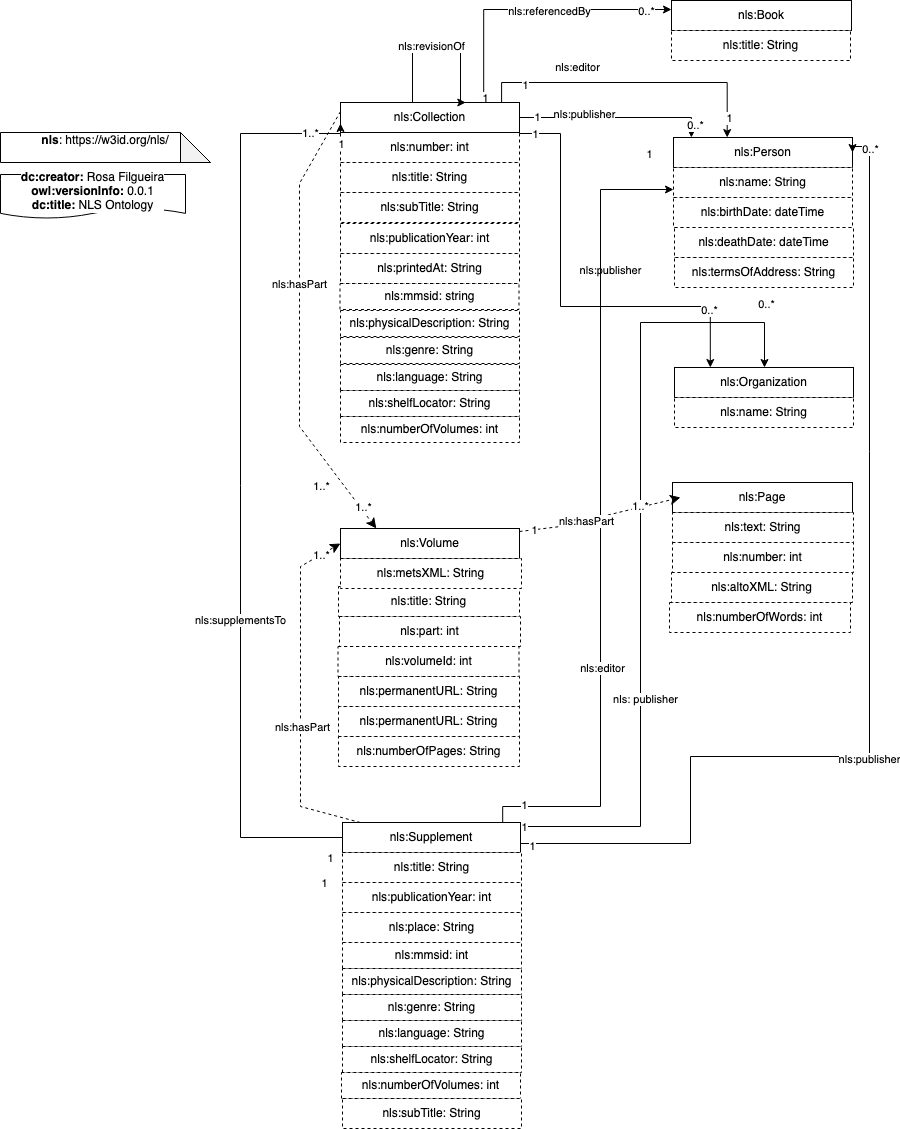
Earlier version of the draw.io export doc/dataModel.png (francesNLP/NLS-ontology). Source tidied: cells renumbered, new cells last; positions are measured from the earlier drawing's top-left corner, leaving out a move shared by most shapes.
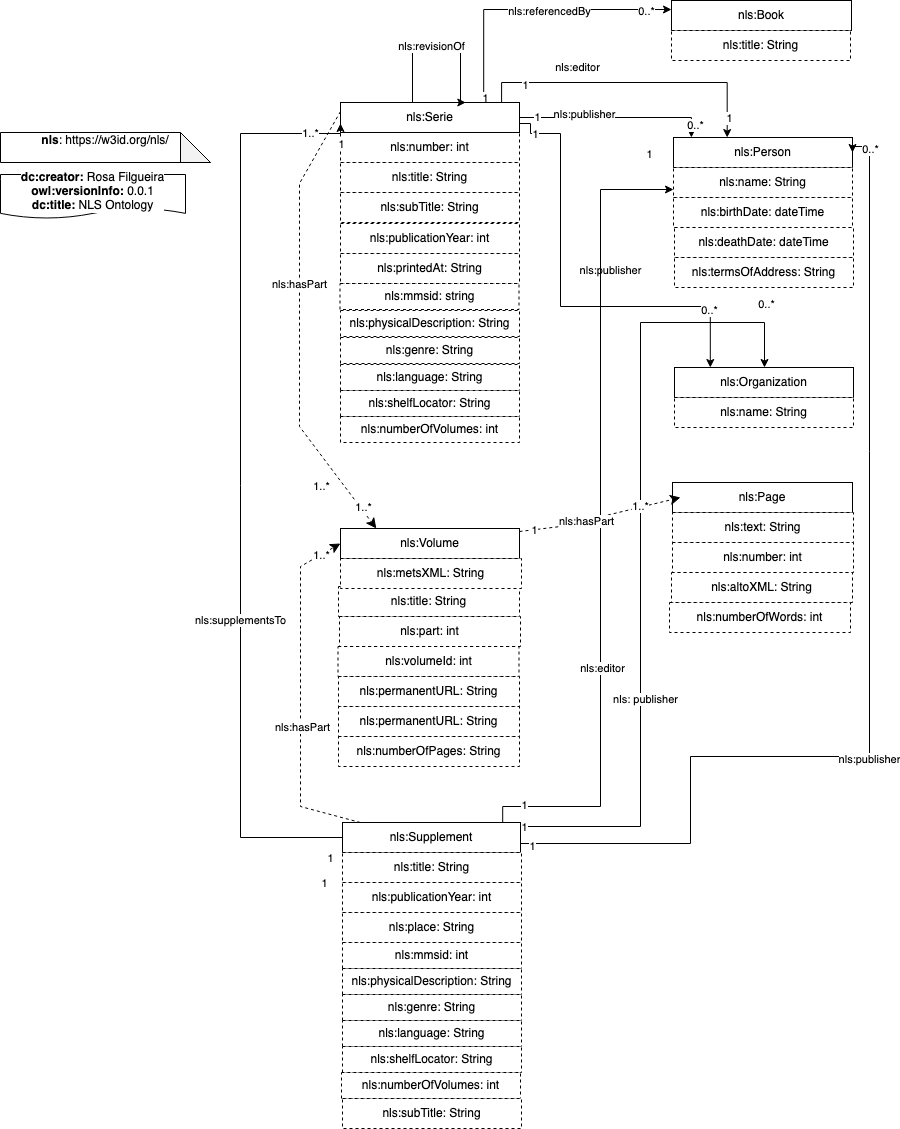
Above is the later version.

The edit, as a diff of the source:
```diff
@@ -53,6 +53,8 @@
     <mxCell id="16" style="edgeStyle=orthogonalEdgeStyle;rounded=0;jettySize=auto;html=1;exitX=1;exitY=0.7;exitDx=0;exitDy=0;entryX=0.2;entryY=0;entryDx=0;entryDy=0;" parent="1" edge="1" source="20" target="33">
       <mxGeometry relative="1" as="geometry">
         <Array as="points">
+          <mxPoint x="530" y="123" />
+          <mxPoint x="530" y="133" />
           <mxPoint x="560" y="133" />
           <mxPoint x="560" y="306" />
           <mxPoint x="710" y="306" />
@@ -72,7 +74,7 @@
         <mxPoint y="-38" as="offset" />
       </mxGeometry>
     </mxCell>
-    <mxCell id="20" value="nls:Collection" style="rounded=0;whiteSpace=wrap;html=1;snapToPoint=1;points=[[0.1,0],[0.2,0],[0.3,0],[0.4,0],[0.5,0],[0.6,0],[0.7,0],[0.8,0],[0.9,0],[0,0.1],[0,0.3],[0,0.5],[0,0.7],[0,0.9],[0.1,1],[0.2,1],[0.3,1],[0.4,1],[0.5,1],[0.6,1],[0.7,1],[0.8,1],[0.9,1],[1,0.1],[1,0.3],[1,0.5],[1,0.7],[1,0.9]];" parent="1" vertex="1">
+    <mxCell id="20" value="nls:Serie" style="rounded=0;whiteSpace=wrap;html=1;snapToPoint=1;points=[[0.1,0],[0.2,0],[0.3,0],[0.4,0],[0.5,0],[0.6,0],[0.7,0],[0.8,0],[0.9,0],[0,0.1],[0,0.3],[0,0.5],[0,0.7],[0,0.9],[0.1,1],[0.2,1],[0.3,1],[0.4,1],[0.5,1],[0.6,1],[0.7,1],[0.8,1],[0.9,1],[1,0.1],[1,0.3],[1,0.5],[1,0.7],[1,0.9]];" parent="1" vertex="1">
       <mxGeometry x="340" y="102" width="179" height="30" as="geometry" />
     </mxCell>
     <mxCell id="21" value="nls:title: String" style="rounded=0;whiteSpace=wrap;html=1;dashed=1;" parent="1" vertex="1">
```
